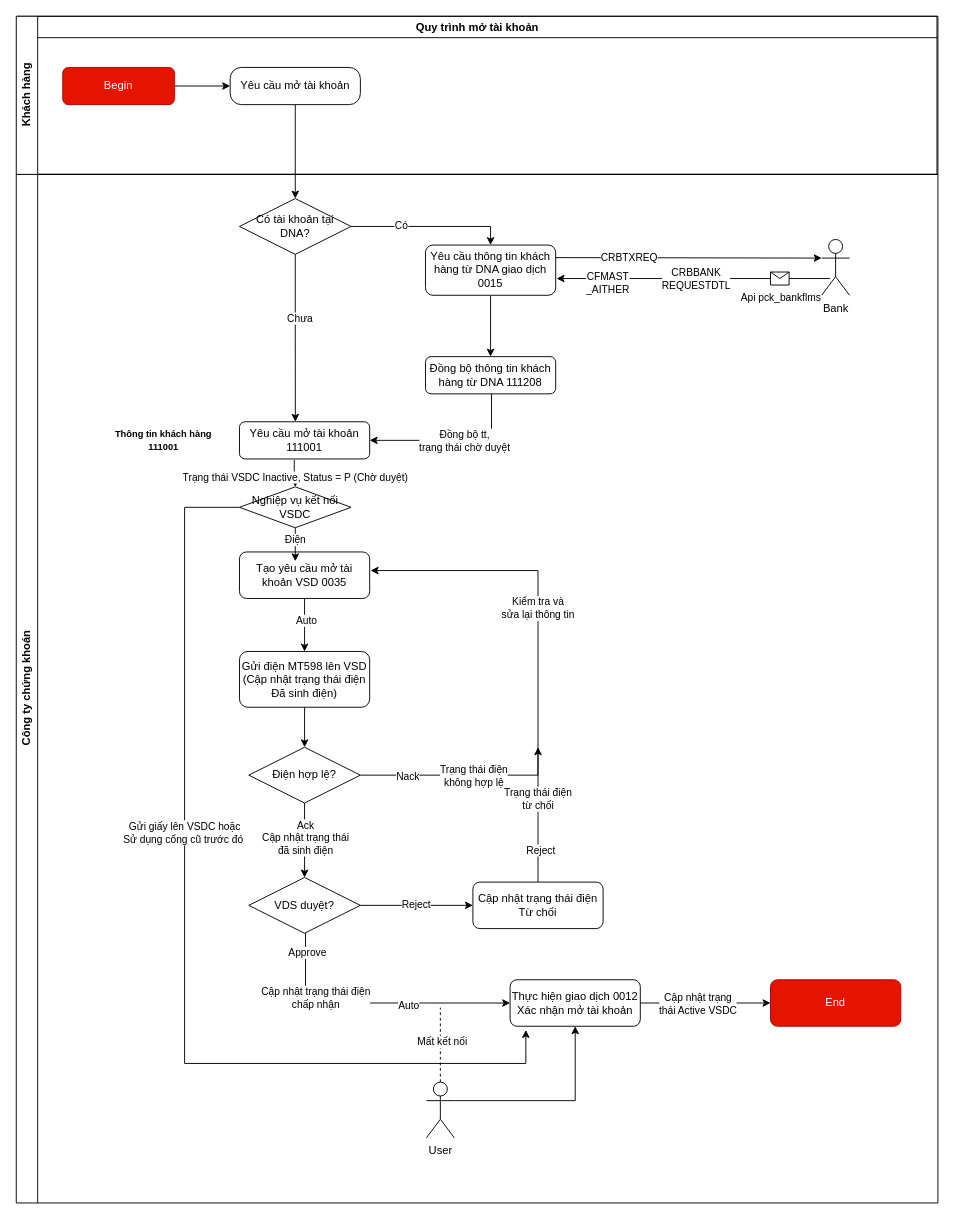
This is page "Quy trình mở tài khoản" (1 of 5) of resources/diagrams/Ngân hàng lưu ký.drawio from luyenhaidangit/flex, a draw.io file, before an edit. Source tidied: cells renumbered, new cells numbered last; positions are measured from the earlier drawing's top-left corner, leaving out a move shared by most shapes. Both pictures are drawn from the tidied source at 93%, with x=0, y=0 at pixel (16, 16).
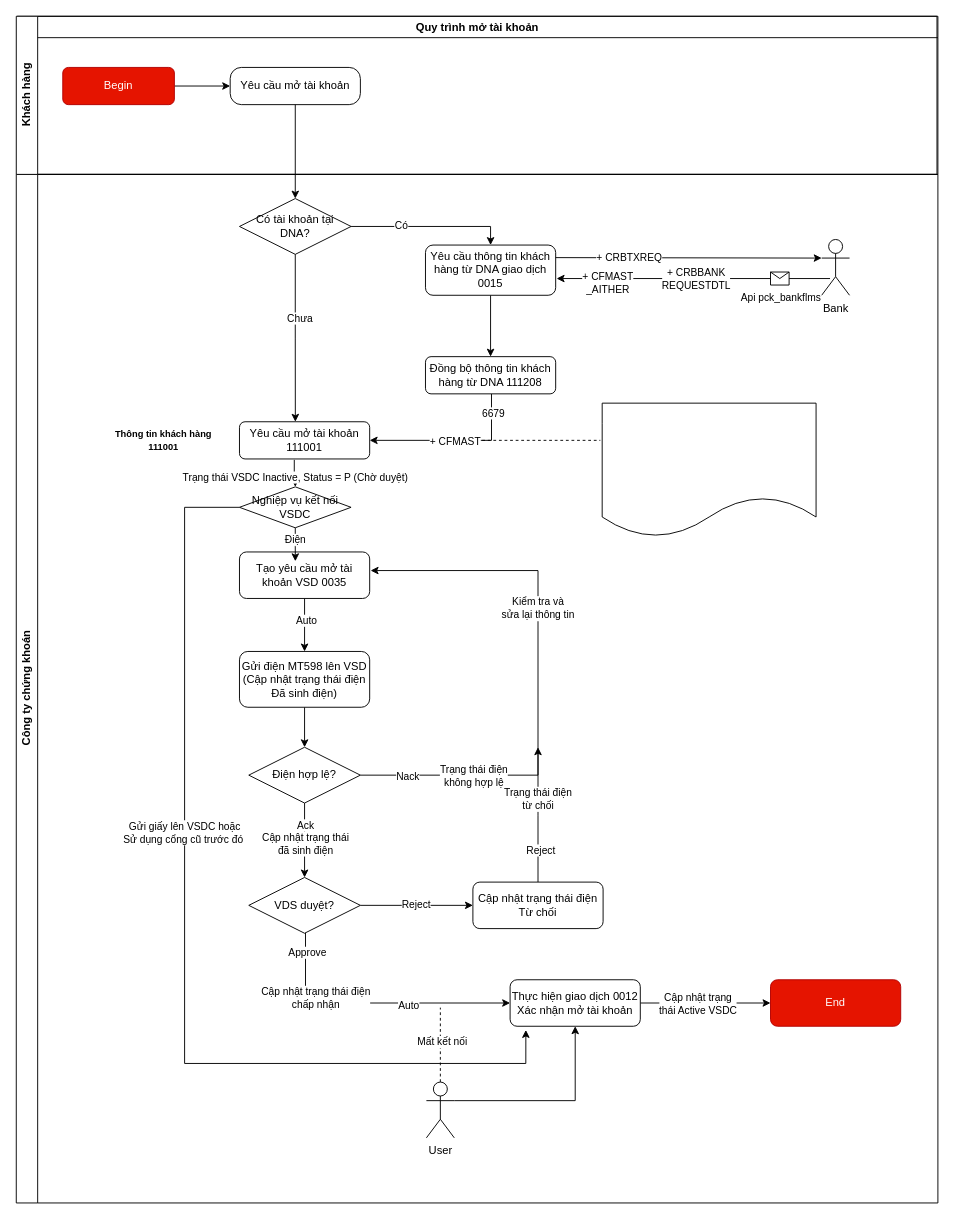
The same page after the edit.

Commit message:
Cập nhật Ngân hàng lưu ký.drawio

Unchanged cells that the change refers to:
```xml
<mxCell id="2" value="Công ty chứng khoán" style="swimlane;horizontal=0;whiteSpace=wrap;html=1;" parent="1" vertex="1">
  <mxGeometry y="170" width="991" height="1106" as="geometry" />
</mxCell>
<mxCell id="41" style="edgeStyle=orthogonalEdgeStyle;rounded=0;jettySize=auto;html=1;entryX=1;entryY=0.5;entryDx=0;entryDy=0;" parent="2" edge="1" source="43" target="5">
  <mxGeometry relative="1" as="geometry">
    <Array as="points">
      <mxPoint x="511" y="286" />
    </Array>
  </mxGeometry>
</mxCell>
<mxCell id="53" style="endArrow=classic;html=1;rounded=0;exitX=1;exitY=0.25;exitDx=0;exitDy=0;entryX=0;entryY=0.3333333333333333;entryDx=0;entryDy=0;entryPerimeter=0;" parent="2" edge="1" source="38" target="44">
  <mxGeometry relative="1" as="geometry" />
</mxCell>
<mxCell id="55" style="endArrow=classic;html=1;rounded=0;exitX=0.3;exitY=0.867;exitDx=0;exitDy=0;exitPerimeter=0;" parent="2" edge="1">
  <mxGeometry relative="1" as="geometry">
    <mxPoint x="875" y="112" as="sourcePoint" />
    <mxPoint x="581" y="112" as="targetPoint" />
  </mxGeometry>
</mxCell>
```

Diff of the diagram source:
```diff
@@
-    <mxCell id="42" value="Đồng bộ tt, &lt;br&gt;trạng thái chờ duyệt" style="edgeLabel;html=1;align=center;verticalAlign=middle;" parent="41" vertex="1">
-      <mxGeometry x="-0.12" relative="1" as="geometry" />
+    <mxCell id="42" value="+ CFMAST" style="edgeLabel;html=1;align=center;verticalAlign=middle;" parent="41" vertex="1">
+      <mxGeometry x="-0.12" relative="1" as="geometry">
+        <mxPoint x="-10" as="offset" />
+      </mxGeometry>
     </mxCell>
+    <mxCell id="68" value="6679" style="edgeLabel;html=1;align=center;verticalAlign=middle;" parent="41" vertex="1">
+      <mxGeometry x="-0.78" y="1" relative="1" as="geometry" />
+    </mxCell>
@@
-    <mxCell id="54" value="CRBTXREQ" style="edgeLabel;html=1;align=center;verticalAlign=middle;" parent="53" vertex="1">
+    <mxCell id="54" value="+ CRBTXREQ" style="edgeLabel;html=1;align=center;verticalAlign=middle;" parent="53" vertex="1">
       <mxGeometry x="-0.54" y="1" relative="1" as="geometry">
         <mxPoint x="12" y="1" as="offset" />
       </mxGeometry>
     </mxCell>
@@
-    <mxCell id="58" value="CRBBANK&lt;br&gt;REQUESTDTL" style="edgeLabel;html=1;align=center;verticalAlign=middle;" parent="55" vertex="1">
+    <mxCell id="58" value="+ CRBBANK&lt;br&gt;REQUESTDTL" style="edgeLabel;html=1;align=center;verticalAlign=middle;" parent="55" vertex="1">
       <mxGeometry relative="1" as="geometry">
         <mxPoint x="2" as="offset" />
       </mxGeometry>
     </mxCell>
-    <mxCell id="59" value="CFMAST&lt;br&gt;_AITHER" style="edgeLabel;html=1;align=center;verticalAlign=middle;" parent="55" vertex="1">
+    <mxCell id="59" value="+ CFMAST&lt;br&gt;_AITHER" style="edgeLabel;html=1;align=center;verticalAlign=middle;" parent="55" vertex="1">
       <mxGeometry x="0.63" y="-3" relative="1" as="geometry">
         <mxPoint y="7" as="offset" />
       </mxGeometry>
     </mxCell>
+    <mxCell id="69" style="shape=document;whiteSpace=wrap;html=1;boundedLbl=1;" parent="2" vertex="1">
+      <mxGeometry x="630" y="246" width="230" height="144" as="geometry" />
+    </mxCell>
+    <mxCell id="70" style="endArrow=none;dashed=1;html=1;rounded=0;" parent="2" edge="1">
+      <mxGeometry relative="1" as="geometry">
+        <mxPoint x="501" y="286" as="sourcePoint" />
+        <mxPoint x="628" y="286" as="targetPoint" />
+      </mxGeometry>
+    </mxCell>
```
